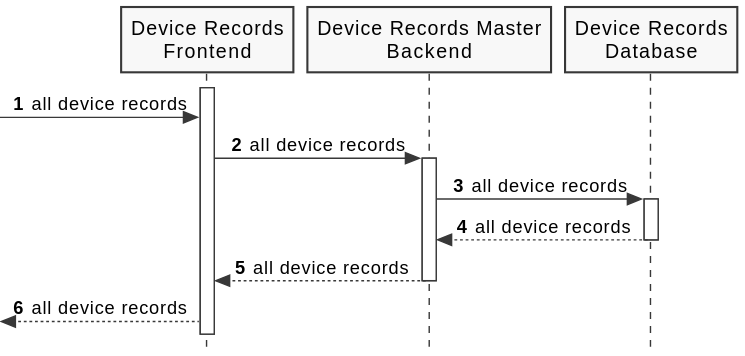
FilipeMCruz/sensae-console keeps this PlantUML diagram as docs/diagrams/process-view-level2-uc04.svg. Above is the earlier version.
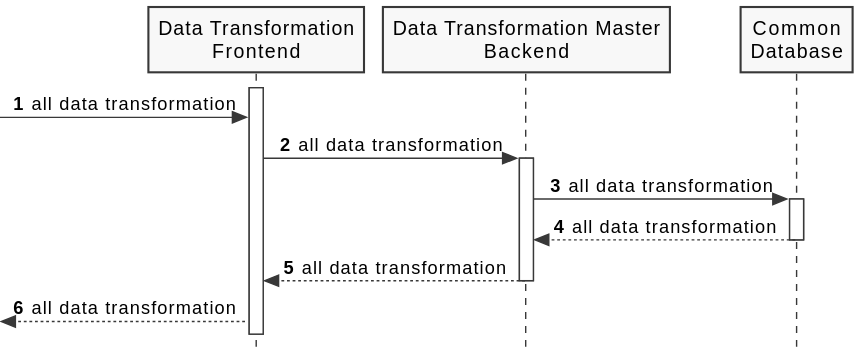
The same diagram one commit later.

What changed in the source:
```diff
@@ -7,26 +7,26 @@
 
 autonumber 1
 
-participant "Device Records\nFrontend" as DRF
-participant "Device Records Master\nBackend" as DRMB
-participant "Device Records\nDatabase" as DRDB
+participant "Data Transformation\nFrontend" as DRF
+participant "Data Transformation Master\nBackend" as DRMB
+participant "Common\nDatabase" as DRDB
 
 activate DRF
 
--> DRF: all device records
+-> DRF: all data transformation
 
-DRF -> DRMB: all device records
+DRF -> DRMB: all data transformation
 activate DRMB
 
-DRMB -> DRDB: all device records
+DRMB -> DRDB: all data transformation
 activate DRDB
 
-DRDB --> DRMB: all device records
+DRDB --> DRMB: all data transformation
 deactivate DRDB
 
-DRMB --> DRF: all device records
+DRMB --> DRF: all data transformation
 deactivate DRMB
 
-<-- DRF : all device records
+<-- DRF : all data transformation
 
 @enduml
```
